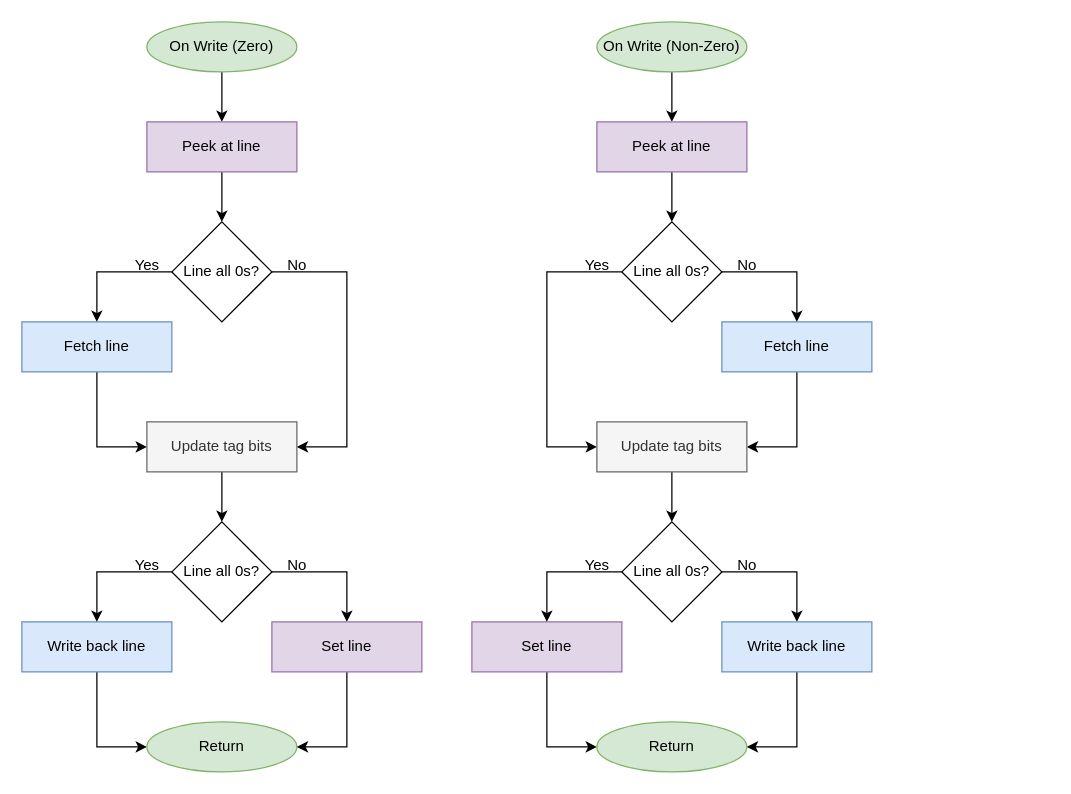
This is page "Page-2" (2 of 2) of documents/dissertation/resources/Morello.drawio from Manby/CHERI-Tag-Controller, a draw.io file, before an edit. Source tidied: cells renumbered, new cells numbered last; positions are measured from the earlier drawing's top-left corner, leaving out a move shared by most shapes. Both pictures are drawn from the tidied source at 125%, with x=0, y=0 at pixel (21, 21).
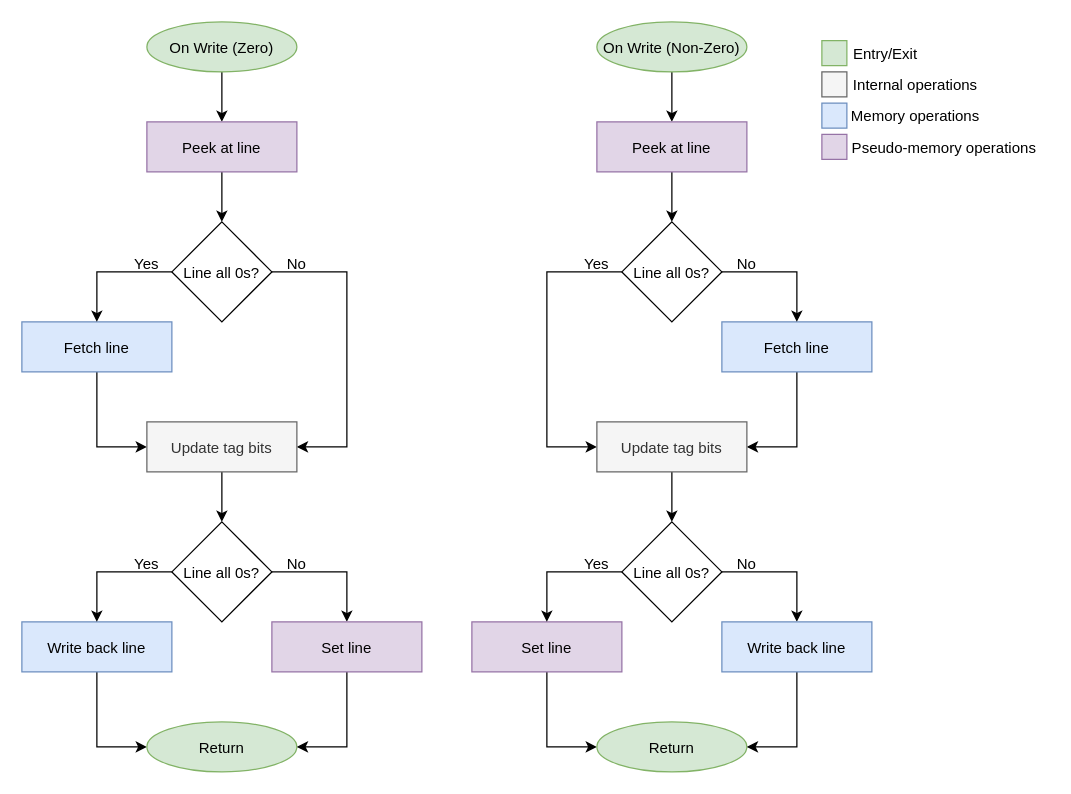
Above is the later version.

Diff of the diagram source:
```diff
@@
-    <mxCell id="2" style="edgeStyle=orthogonalEdgeStyle;rounded=0;jettySize=auto;html=1;entryX=0.5;entryY=0;entryDx=0;entryDy=0;" parent="1" edge="1" source="3">
+    <mxCell id="2" style="edgeStyle=orthogonalEdgeStyle;rounded=0;jettySize=auto;entryX=0.5;entryY=0;entryDx=0;entryDy=0;" parent="1" edge="1" source="3">
       <mxGeometry relative="1" as="geometry">
         <mxPoint x="160" y="80" as="targetPoint" />
       </mxGeometry>
     </mxCell>
-    <mxCell id="3" value="On Write (Zero)" style="ellipse;whiteSpace=wrap;html=1;fillColor=#d5e8d4;strokeColor=#82b366;" parent="1" vertex="1">
+    <mxCell id="3" value="On Write (Zero)" style="ellipse;fillColor=#d5e8d4;strokeColor=#82b366;" parent="1" vertex="1">
       <mxGeometry x="100" width="120" height="40" as="geometry" />
     </mxCell>
-    <mxCell id="4" style="edgeStyle=orthogonalEdgeStyle;rounded=0;jettySize=auto;html=1;entryX=0.5;entryY=0;entryDx=0;entryDy=0;" parent="1" edge="1" source="5">
+    <mxCell id="4" style="edgeStyle=orthogonalEdgeStyle;rounded=0;jettySize=auto;entryX=0.5;entryY=0;entryDx=0;entryDy=0;" parent="1" edge="1" source="5">
       <mxGeometry relative="1" as="geometry">
         <mxPoint x="160" y="160" as="targetPoint" />
       </mxGeometry>
     </mxCell>
-    <mxCell id="5" value="Peek at line" style="rounded=0;whiteSpace=wrap;html=1;fillColor=#e1d5e7;strokeColor=#9673a6;" parent="1" vertex="1">
+    <mxCell id="5" value="Peek at line" style="rounded=0;fillColor=#e1d5e7;strokeColor=#9673a6;" parent="1" vertex="1">
       <mxGeometry x="100" y="80" width="120" height="40" as="geometry" />
     </mxCell>
-    <mxCell id="6" style="edgeStyle=orthogonalEdgeStyle;rounded=0;jettySize=auto;html=1;entryX=0;entryY=0.5;entryDx=0;entryDy=0;" parent="1" edge="1" source="7" target="14">
+    <mxCell id="6" style="edgeStyle=orthogonalEdgeStyle;rounded=0;jettySize=auto;entryX=0;entryY=0.5;entryDx=0;entryDy=0;" parent="1" edge="1" source="7" target="14">
       <mxGeometry relative="1" as="geometry" />
     </mxCell>
-    <mxCell id="7" value="Fetch line" style="rounded=0;whiteSpace=wrap;html=1;fillColor=#dae8fc;strokeColor=#6c8ebf;" parent="1" vertex="1">
+    <mxCell id="7" value="Fetch line" style="rounded=0;fillColor=#dae8fc;strokeColor=#6c8ebf;" parent="1" vertex="1">
       <mxGeometry y="240" width="120" height="40" as="geometry" />
     </mxCell>
-    <mxCell id="8" style="edgeStyle=orthogonalEdgeStyle;rounded=0;jettySize=auto;html=1;entryX=0.5;entryY=0;entryDx=0;entryDy=0;" parent="1" edge="1" source="10" target="7">
+    <mxCell id="8" style="edgeStyle=orthogonalEdgeStyle;rounded=0;jettySize=auto;entryX=0.5;entryY=0;entryDx=0;entryDy=0;" parent="1" edge="1" source="10" target="7">
       <mxGeometry relative="1" as="geometry">
         <Array as="points">
           <mxPoint x="60" y="200" />
         </Array>
       </mxGeometry>
     </mxCell>
-    <mxCell id="9" style="edgeStyle=orthogonalEdgeStyle;rounded=0;jettySize=auto;html=1;entryX=1;entryY=0.5;entryDx=0;entryDy=0;" parent="1" edge="1" source="10">
+    <mxCell id="9" style="edgeStyle=orthogonalEdgeStyle;rounded=0;jettySize=auto;entryX=1;entryY=0.5;entryDx=0;entryDy=0;" parent="1" edge="1" source="10">
       <mxGeometry relative="1" as="geometry">
         <mxPoint x="220" y="340" as="targetPoint" />
         <Array as="points">
           <mxPoint x="260" y="200" />
           <mxPoint x="260" y="340" />
         </Array>
       </mxGeometry>
     </mxCell>
-    <mxCell id="10" value="Line all 0s?" style="rhombus;whiteSpace=wrap;html=1;" parent="1" vertex="1">
+    <mxCell id="10" value="Line all 0s?" style="rhombus;" parent="1" vertex="1">
       <mxGeometry x="120" y="160" width="80" height="80" as="geometry" />
     </mxCell>
-    <mxCell id="11" value="Yes" style="text;html=1;align=center;verticalAlign=middle;strokeColor=none;fillColor=none;" parent="1" vertex="1">
-      <mxGeometry x="80" y="180" width="40" height="30" as="geometry" />
+    <mxCell id="11" value="Yes" style="text;align=center;verticalAlign=middle;strokeColor=none;fillColor=none;" parent="1" vertex="1">
+      <mxGeometry x="80" y="178" width="40" height="30" as="geometry" />
     </mxCell>
-    <mxCell id="12" value="No" style="text;html=1;align=center;verticalAlign=middle;strokeColor=none;fillColor=none;" parent="1" vertex="1">
-      <mxGeometry x="200" y="180" width="40" height="30" as="geometry" />
+    <mxCell id="12" value="No" style="text;align=center;verticalAlign=middle;strokeColor=none;fillColor=none;" parent="1" vertex="1">
+      <mxGeometry x="200" y="178" width="40" height="30" as="geometry" />
     </mxCell>
-    <mxCell id="13" style="edgeStyle=orthogonalEdgeStyle;rounded=0;jettySize=auto;html=1;entryX=0.5;entryY=0;entryDx=0;entryDy=0;" parent="1" edge="1" source="14" target="19">
+    <mxCell id="13" style="edgeStyle=orthogonalEdgeStyle;rounded=0;jettySize=auto;entryX=0.5;entryY=0;entryDx=0;entryDy=0;" parent="1" edge="1" source="14" target="19">
       <mxGeometry relative="1" as="geometry" />
     </mxCell>
-    <mxCell id="14" value="Update tag bits" style="rounded=0;whiteSpace=wrap;html=1;fillColor=#f5f5f5;fontColor=#333333;strokeColor=#666666;" parent="1" vertex="1">
+    <mxCell id="14" value="Update tag bits" style="rounded=0;fillColor=#f5f5f5;fontColor=#333333;strokeColor=#666666;" parent="1" vertex="1">
       <mxGeometry x="100" y="320" width="120" height="40" as="geometry" />
     </mxCell>
-    <mxCell id="15" style="edgeStyle=orthogonalEdgeStyle;rounded=0;jettySize=auto;html=1;entryX=0;entryY=0.5;entryDx=0;entryDy=0;" parent="1" edge="1" source="16" target="22">
+    <mxCell id="15" style="edgeStyle=orthogonalEdgeStyle;rounded=0;jettySize=auto;entryX=0;entryY=0.5;entryDx=0;entryDy=0;" parent="1" edge="1" source="16" target="22">
       <mxGeometry relative="1" as="geometry" />
     </mxCell>
-    <mxCell id="16" value="Write back line" style="rounded=0;whiteSpace=wrap;html=1;fillColor=#dae8fc;strokeColor=#6c8ebf;" parent="1" vertex="1">
+    <mxCell id="16" value="Write back line" style="rounded=0;fillColor=#dae8fc;strokeColor=#6c8ebf;" parent="1" vertex="1">
       <mxGeometry y="480" width="120" height="40" as="geometry" />
     </mxCell>
-    <mxCell id="17" style="edgeStyle=orthogonalEdgeStyle;rounded=0;jettySize=auto;html=1;entryX=0.5;entryY=0;entryDx=0;entryDy=0;" parent="1" edge="1" source="19" target="16">
+    <mxCell id="17" style="edgeStyle=orthogonalEdgeStyle;rounded=0;jettySize=auto;entryX=0.5;entryY=0;entryDx=0;entryDy=0;" parent="1" edge="1" source="19" target="16">
       <mxGeometry relative="1" as="geometry">
         <Array as="points">
           <mxPoint x="60" y="440" />
         </Array>
       </mxGeometry>
     </mxCell>
-    <mxCell id="18" style="edgeStyle=orthogonalEdgeStyle;rounded=0;jettySize=auto;html=1;entryX=0.5;entryY=0;entryDx=0;entryDy=0;" parent="1" edge="1" source="19" target="24">
+    <mxCell id="18" style="edgeStyle=orthogonalEdgeStyle;rounded=0;jettySize=auto;entryX=0.5;entryY=0;entryDx=0;entryDy=0;" parent="1" edge="1" source="19" target="24">
       <mxGeometry relative="1" as="geometry">
         <Array as="points">
           <mxPoint x="260" y="440" />
         </Array>
       </mxGeometry>
     </mxCell>
-    <mxCell id="19" value="Line all 0s?" style="rhombus;whiteSpace=wrap;html=1;" parent="1" vertex="1">
+    <mxCell id="19" value="Line all 0s?" style="rhombus;" parent="1" vertex="1">
       <mxGeometry x="120" y="400" width="80" height="80" as="geometry" />
     </mxCell>
-    <mxCell id="20" value="Yes" style="text;html=1;align=center;verticalAlign=middle;strokeColor=none;fillColor=none;" parent="1" vertex="1">
-      <mxGeometry x="80" y="420" width="40" height="30" as="geometry" />
+    <mxCell id="20" value="Yes" style="text;align=center;verticalAlign=middle;strokeColor=none;fillColor=none;" parent="1" vertex="1">
+      <mxGeometry x="80" y="418" width="40" height="30" as="geometry" />
     </mxCell>
-    <mxCell id="21" value="No" style="text;html=1;align=center;verticalAlign=middle;strokeColor=none;fillColor=none;" parent="1" vertex="1">
-      <mxGeometry x="200" y="420" width="40" height="30" as="geometry" />
+    <mxCell id="21" value="No" style="text;align=center;verticalAlign=middle;strokeColor=none;fillColor=none;" parent="1" vertex="1">
+      <mxGeometry x="200" y="418" width="40" height="30" as="geometry" />
     </mxCell>
-    <mxCell id="22" value="Return" style="ellipse;whiteSpace=wrap;html=1;fillColor=#d5e8d4;strokeColor=#82b366;" parent="1" vertex="1">
+    <mxCell id="22" value="Return" style="ellipse;fillColor=#d5e8d4;strokeColor=#82b366;" parent="1" vertex="1">
       <mxGeometry x="100" y="560" width="120" height="40" as="geometry" />
     </mxCell>
-    <mxCell id="23" style="edgeStyle=orthogonalEdgeStyle;rounded=0;jettySize=auto;html=1;entryX=1;entryY=0.5;entryDx=0;entryDy=0;" parent="1" edge="1" source="24" target="22">
+    <mxCell id="23" style="edgeStyle=orthogonalEdgeStyle;rounded=0;jettySize=auto;entryX=1;entryY=0.5;entryDx=0;entryDy=0;" parent="1" edge="1" source="24" target="22">
       <mxGeometry relative="1" as="geometry" />
     </mxCell>
-    <mxCell id="24" value="Set&lt;span style=&quot;background-color: initial;&quot;&gt;&amp;nbsp;line&lt;/span&gt;" style="rounded=0;whiteSpace=wrap;html=1;fillColor=#e1d5e7;strokeColor=#9673a6;" parent="1" vertex="1">
+    <mxCell id="24" value="Set line" style="rounded=0;fillColor=#e1d5e7;strokeColor=#9673a6;" parent="1" vertex="1">
       <mxGeometry x="200" y="480" width="120" height="40" as="geometry" />
     </mxCell>
-    <mxCell id="25" style="edgeStyle=orthogonalEdgeStyle;rounded=0;jettySize=auto;html=1;entryX=0.5;entryY=0;entryDx=0;entryDy=0;" parent="1" edge="1" source="26">
+    <mxCell id="25" style="edgeStyle=orthogonalEdgeStyle;rounded=0;jettySize=auto;entryX=0.5;entryY=0;entryDx=0;entryDy=0;" parent="1" edge="1" source="26">
       <mxGeometry relative="1" as="geometry">
         <mxPoint x="520" y="80" as="targetPoint" />
       </mxGeometry>
     </mxCell>
-    <mxCell id="26" value="On Write (Non-Zero)" style="ellipse;whiteSpace=wrap;html=1;fillColor=#d5e8d4;strokeColor=#82b366;" parent="1" vertex="1">
+    <mxCell id="26" value="On Write (Non-Zero)" style="ellipse;fillColor=#d5e8d4;strokeColor=#82b366;" parent="1" vertex="1">
       <mxGeometry x="460" width="120" height="40" as="geometry" />
     </mxCell>
-    <mxCell id="27" style="edgeStyle=orthogonalEdgeStyle;rounded=0;jettySize=auto;html=1;entryX=0.5;entryY=0;entryDx=0;entryDy=0;" parent="1" edge="1" source="28">
+    <mxCell id="27" style="edgeStyle=orthogonalEdgeStyle;rounded=0;jettySize=auto;entryX=0.5;entryY=0;entryDx=0;entryDy=0;" parent="1" edge="1" source="28">
       <mxGeometry relative="1" as="geometry">
         <mxPoint x="520" y="160" as="targetPoint" />
       </mxGeometry>
     </mxCell>
-    <mxCell id="28" value="Peek at line" style="rounded=0;whiteSpace=wrap;html=1;fillColor=#e1d5e7;strokeColor=#9673a6;" parent="1" vertex="1">
+    <mxCell id="28" value="Peek at line" style="rounded=0;fillColor=#e1d5e7;strokeColor=#9673a6;" parent="1" vertex="1">
       <mxGeometry x="460" y="80" width="120" height="40" as="geometry" />
     </mxCell>
-    <mxCell id="29" style="edgeStyle=orthogonalEdgeStyle;rounded=0;jettySize=auto;html=1;entryX=1;entryY=0.5;entryDx=0;entryDy=0;" parent="1" edge="1" source="30" target="37">
+    <mxCell id="29" style="edgeStyle=orthogonalEdgeStyle;rounded=0;jettySize=auto;entryX=1;entryY=0.5;entryDx=0;entryDy=0;" parent="1" edge="1" source="30" target="37">
       <mxGeometry relative="1" as="geometry" />
     </mxCell>
-    <mxCell id="30" value="Fetch line" style="rounded=0;whiteSpace=wrap;html=1;fillColor=#dae8fc;strokeColor=#6c8ebf;" parent="1" vertex="1">
+    <mxCell id="30" value="Fetch line" style="rounded=0;fillColor=#dae8fc;strokeColor=#6c8ebf;" parent="1" vertex="1">
       <mxGeometry x="560" y="240" width="120" height="40" as="geometry" />
     </mxCell>
-    <mxCell id="31" style="edgeStyle=orthogonalEdgeStyle;rounded=0;jettySize=auto;html=1;entryX=0.5;entryY=0;entryDx=0;entryDy=0;" parent="1" edge="1" source="33" target="30">
+    <mxCell id="31" style="edgeStyle=orthogonalEdgeStyle;rounded=0;jettySize=auto;entryX=0.5;entryY=0;entryDx=0;entryDy=0;" parent="1" edge="1" source="33" target="30">
       <mxGeometry relative="1" as="geometry">
         <Array as="points">
           <mxPoint x="620" y="200" />
         </Array>
       </mxGeometry>
     </mxCell>
-    <mxCell id="32" style="edgeStyle=orthogonalEdgeStyle;rounded=0;jettySize=auto;html=1;entryX=0;entryY=0.5;entryDx=0;entryDy=0;" parent="1" edge="1" source="33" target="37">
+    <mxCell id="32" style="edgeStyle=orthogonalEdgeStyle;rounded=0;jettySize=auto;entryX=0;entryY=0.5;entryDx=0;entryDy=0;" parent="1" edge="1" source="33" target="37">
       <mxGeometry relative="1" as="geometry">
         <Array as="points">
           <mxPoint x="420" y="200" />
           <mxPoint x="420" y="340" />
         </Array>
       </mxGeometry>
     </mxCell>
-    <mxCell id="33" value="Line all 0s?" style="rhombus;whiteSpace=wrap;html=1;" parent="1" vertex="1">
+    <mxCell id="33" value="Line all 0s?" style="rhombus;" parent="1" vertex="1">
       <mxGeometry x="480" y="160" width="80" height="80" as="geometry" />
     </mxCell>
-    <mxCell id="34" value="Yes" style="text;html=1;align=center;verticalAlign=middle;strokeColor=none;fillColor=none;" parent="1" vertex="1">
-      <mxGeometry x="440" y="180" width="40" height="30" as="geometry" />
+    <mxCell id="34" value="Yes" style="text;align=center;verticalAlign=middle;strokeColor=none;fillColor=none;" parent="1" vertex="1">
+      <mxGeometry x="440" y="178" width="40" height="30" as="geometry" />
     </mxCell>
-    <mxCell id="35" value="No" style="text;html=1;align=center;verticalAlign=middle;strokeColor=none;fillColor=none;" parent="1" vertex="1">
-      <mxGeometry x="560" y="180" width="40" height="30" as="geometry" />
+    <mxCell id="35" value="No" style="text;align=center;verticalAlign=middle;strokeColor=none;fillColor=none;" parent="1" vertex="1">
+      <mxGeometry x="560" y="178" width="40" height="30" as="geometry" />
     </mxCell>
-    <mxCell id="36" style="edgeStyle=orthogonalEdgeStyle;rounded=0;jettySize=auto;html=1;entryX=0.5;entryY=0;entryDx=0;entryDy=0;" parent="1" edge="1" source="37" target="42">
+    <mxCell id="36" style="edgeStyle=orthogonalEdgeStyle;rounded=0;jettySize=auto;entryX=0.5;entryY=0;entryDx=0;entryDy=0;" parent="1" edge="1" source="37" target="42">
       <mxGeometry relative="1" as="geometry" />
     </mxCell>
-    <mxCell id="37" value="Update tag bits" style="rounded=0;whiteSpace=wrap;html=1;fillColor=#f5f5f5;fontColor=#333333;strokeColor=#666666;" parent="1" vertex="1">
+    <mxCell id="37" value="Update tag bits" style="rounded=0;fillColor=#f5f5f5;fontColor=#333333;strokeColor=#666666;" parent="1" vertex="1">
       <mxGeometry x="460" y="320" width="120" height="40" as="geometry" />
     </mxCell>
-    <mxCell id="38" style="edgeStyle=orthogonalEdgeStyle;rounded=0;jettySize=auto;html=1;entryX=0;entryY=0.5;entryDx=0;entryDy=0;" parent="1" edge="1" source="39" target="45">
+    <mxCell id="38" style="edgeStyle=orthogonalEdgeStyle;rounded=0;jettySize=auto;entryX=0;entryY=0.5;entryDx=0;entryDy=0;" parent="1" edge="1" source="39" target="45">
       <mxGeometry relative="1" as="geometry" />
     </mxCell>
-    <mxCell id="39" value="Set line" style="rounded=0;whiteSpace=wrap;html=1;fillColor=#e1d5e7;strokeColor=#9673a6;" parent="1" vertex="1">
+    <mxCell id="39" value="Set line" style="rounded=0;fillColor=#e1d5e7;strokeColor=#9673a6;" parent="1" vertex="1">
       <mxGeometry x="360" y="480" width="120" height="40" as="geometry" />
     </mxCell>
-    <mxCell id="40" style="edgeStyle=orthogonalEdgeStyle;rounded=0;jettySize=auto;html=1;entryX=0.5;entryY=0;entryDx=0;entryDy=0;" parent="1" edge="1" source="42" target="39">
+    <mxCell id="40" style="edgeStyle=orthogonalEdgeStyle;rounded=0;jettySize=auto;entryX=0.5;entryY=0;entryDx=0;entryDy=0;" parent="1" edge="1" source="42" target="39">
       <mxGeometry relative="1" as="geometry">
         <Array as="points">
           <mxPoint x="420" y="440" />
         </Array>
       </mxGeometry>
     </mxCell>
-    <mxCell id="41" style="edgeStyle=orthogonalEdgeStyle;rounded=0;jettySize=auto;html=1;entryX=0.5;entryY=0;entryDx=0;entryDy=0;" parent="1" edge="1" source="42" target="47">
+    <mxCell id="41" style="edgeStyle=orthogonalEdgeStyle;rounded=0;jettySize=auto;entryX=0.5;entryY=0;entryDx=0;entryDy=0;" parent="1" edge="1" source="42" target="47">
       <mxGeometry relative="1" as="geometry">
         <Array as="points">
           <mxPoint x="620" y="440" />
         </Array>
       </mxGeometry>
     </mxCell>
-    <mxCell id="42" value="Line all 0s?" style="rhombus;whiteSpace=wrap;html=1;" parent="1" vertex="1">
+    <mxCell id="42" value="Line all 0s?" style="rhombus;" parent="1" vertex="1">
       <mxGeometry x="480" y="400" width="80" height="80" as="geometry" />
     </mxCell>
-    <mxCell id="43" value="Yes" style="text;html=1;align=center;verticalAlign=middle;strokeColor=none;fillColor=none;" parent="1" vertex="1">
-      <mxGeometry x="440" y="420" width="40" height="30" as="geometry" />
+    <mxCell id="43" value="Yes" style="text;align=center;verticalAlign=middle;strokeColor=none;fillColor=none;" parent="1" vertex="1">
+      <mxGeometry x="440" y="418" width="40" height="30" as="geometry" />
     </mxCell>
-    <mxCell id="44" value="No" style="text;html=1;align=center;verticalAlign=middle;strokeColor=none;fillColor=none;" parent="1" vertex="1">
-      <mxGeometry x="560" y="420" width="40" height="30" as="geometry" />
+    <mxCell id="44" value="No" style="text;align=center;verticalAlign=middle;strokeColor=none;fillColor=none;" parent="1" vertex="1">
+      <mxGeometry x="560" y="418" width="40" height="30" as="geometry" />
     </mxCell>
-    <mxCell id="45" value="Return" style="ellipse;whiteSpace=wrap;html=1;fillColor=#d5e8d4;strokeColor=#82b366;" parent="1" vertex="1">
+    <mxCell id="45" value="Return" style="ellipse;fillColor=#d5e8d4;strokeColor=#82b366;" parent="1" vertex="1">
       <mxGeometry x="460" y="560" width="120" height="40" as="geometry" />
     </mxCell>
-    <mxCell id="46" style="edgeStyle=orthogonalEdgeStyle;rounded=0;jettySize=auto;html=1;entryX=1;entryY=0.5;entryDx=0;entryDy=0;" parent="1" edge="1" source="47" target="45">
+    <mxCell id="46" style="edgeStyle=orthogonalEdgeStyle;rounded=0;jettySize=auto;entryX=1;entryY=0.5;entryDx=0;entryDy=0;" parent="1" edge="1" source="47" target="45">
       <mxGeometry relative="1" as="geometry" />
     </mxCell>
-    <mxCell id="47" value="Write back line" style="rounded=0;whiteSpace=wrap;html=1;fillColor=#dae8fc;strokeColor=#6c8ebf;" parent="1" vertex="1">
+    <mxCell id="47" value="Write back line" style="rounded=0;fillColor=#dae8fc;strokeColor=#6c8ebf;" parent="1" vertex="1">
       <mxGeometry x="560" y="480" width="120" height="40" as="geometry" />
     </mxCell>
+    <mxCell id="48" style="rounded=0;fillColor=#d5e8d4;strokeColor=#82b366;" parent="1" vertex="1">
+      <mxGeometry x="640" y="15" width="20" height="20" as="geometry" />
+    </mxCell>
+    <mxCell id="49" value="Entry/Exit" style="text;align=center;verticalAlign=middle;strokeColor=none;fillColor=none;" parent="1" vertex="1">
+      <mxGeometry x="656" y="10" width="70" height="30" as="geometry" />
+    </mxCell>
+    <mxCell id="50" style="rounded=0;fillColor=#f5f5f5;fontColor=#333333;strokeColor=#666666;" parent="1" vertex="1">
+      <mxGeometry x="640" y="40" width="20" height="20" as="geometry" />
+    </mxCell>
+    <mxCell id="51" value="Internal operations" style="text;align=center;verticalAlign=middle;strokeColor=none;fillColor=none;" parent="1" vertex="1">
+      <mxGeometry x="655" y="35" width="120" height="30" as="geometry" />
+    </mxCell>
+    <mxCell id="52" style="rounded=0;fillColor=#dae8fc;strokeColor=#6c8ebf;" parent="1" vertex="1">
+      <mxGeometry x="640" y="65" width="20" height="20" as="geometry" />
+    </mxCell>
+    <mxCell id="53" value="Memory operations" style="text;align=center;verticalAlign=middle;strokeColor=none;fillColor=none;" parent="1" vertex="1">
+      <mxGeometry x="650" y="60" width="130" height="30" as="geometry" />
+    </mxCell>
+    <mxCell id="54" style="rounded=0;fillColor=#e1d5e7;strokeColor=#9673a6;" parent="1" vertex="1">
+      <mxGeometry x="640" y="90" width="20" height="20" as="geometry" />
+    </mxCell>
+    <mxCell id="55" value="Pseudo-memory operations" style="text;align=center;verticalAlign=middle;strokeColor=none;fillColor=none;" parent="1" vertex="1">
+      <mxGeometry x="653" y="85" width="170" height="30" as="geometry" />
+    </mxCell>
```
